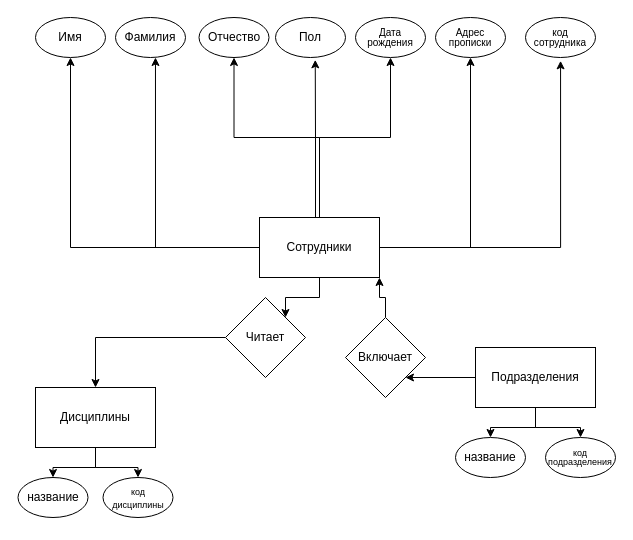
Before: LR1.drawio in di-not/Data-Bases-Laboratory-Works, a draw.io diagram. Source tidied: cells renumbered, new cells numbered last; positions are measured from the earlier drawing's top-left corner, leaving out a move shared by most shapes. Both pictures are drawn from the tidied source at 100%, with x=0, y=0 at pixel (17, 17).
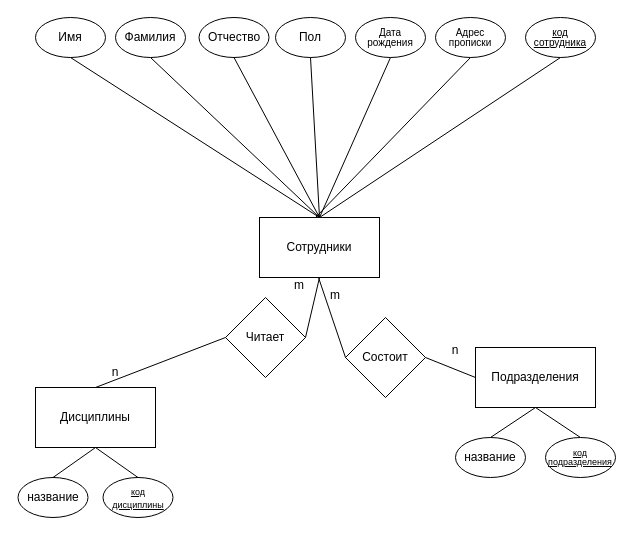
After the change.

The change refers to these unchanged cells:
```xml
<mxCell id="7" value="Сотрудники" style="rounded=0;whiteSpace=wrap;html=1;" parent="1" vertex="1">
  <mxGeometry x="242" y="200" width="120" height="60" as="geometry" />
</mxCell>
<mxCell id="8" value="Имя" style="ellipse;whiteSpace=wrap;html=1;" parent="1" vertex="1">
  <mxGeometry x="18" width="70" height="40" as="geometry" />
</mxCell>
<mxCell id="9" value="Фамилия" style="ellipse;whiteSpace=wrap;html=1;" parent="1" vertex="1">
  <mxGeometry x="98" width="70" height="40" as="geometry" />
</mxCell>
<mxCell id="10" value="Отчество" style="ellipse;whiteSpace=wrap;html=1;" parent="1" vertex="1">
  <mxGeometry x="181.5" width="70" height="40" as="geometry" />
</mxCell>
<mxCell id="11" value="Пол" style="ellipse;whiteSpace=wrap;html=1;" parent="1" vertex="1">
  <mxGeometry x="258" width="70" height="40" as="geometry" />
</mxCell>
<mxCell id="12" value="&lt;p style=&quot;line-height: 100%; font-size: 10px;&quot;&gt;Дата рождения&lt;/p&gt;" style="ellipse;whiteSpace=wrap;html=1;fontSize=10;" parent="1" vertex="1">
  <mxGeometry x="338" width="70" height="40" as="geometry" />
</mxCell>
<mxCell id="13" value="&lt;p style=&quot;line-height: 100%; font-size: 10px;&quot;&gt;Адрес прописки&lt;/p&gt;" style="ellipse;whiteSpace=wrap;html=1;fontSize=10;" parent="1" vertex="1">
  <mxGeometry x="418" width="70" height="40" as="geometry" />
</mxCell>
<mxCell id="17" value="Подразделения" style="rounded=0;whiteSpace=wrap;html=1;" parent="1" vertex="1">
  <mxGeometry x="458" y="330" width="120" height="60" as="geometry" />
</mxCell>
<mxCell id="18" value="название" style="ellipse;whiteSpace=wrap;html=1;" parent="1" vertex="1">
  <mxGeometry x="438" y="420" width="70" height="40" as="geometry" />
</mxCell>
<mxCell id="21" value="Дисциплины" style="rounded=0;whiteSpace=wrap;html=1;" parent="1" vertex="1">
  <mxGeometry x="18" y="370" width="120" height="60" as="geometry" />
</mxCell>
<mxCell id="22" value="название" style="ellipse;whiteSpace=wrap;html=1;" parent="1" vertex="1">
  <mxGeometry x="0.5" y="460" width="70" height="40" as="geometry" />
</mxCell>
<mxCell id="26" value="Читает" style="rhombus;whiteSpace=wrap;html=1;" parent="1" vertex="1">
  <mxGeometry x="208" y="280" width="80" height="80" as="geometry" />
</mxCell>
```

Diff of the diagram source:
```diff
@@
-    <mxCell id="2" style="edgeStyle=orthogonalEdgeStyle;rounded=0;jettySize=auto;html=1;entryX=0.5;entryY=1;entryDx=0;entryDy=0;" parent="1" edge="1" source="7" target="8">
-      <mxGeometry relative="1" as="geometry" />
-    </mxCell>
-    <mxCell id="3" style="edgeStyle=orthogonalEdgeStyle;rounded=0;jettySize=auto;html=1;entryX=0.5;entryY=1;entryDx=0;entryDy=0;" parent="1" edge="1" source="7" target="10">
-      <mxGeometry relative="1" as="geometry" />
-    </mxCell>
-    <mxCell id="4" style="edgeStyle=orthogonalEdgeStyle;rounded=0;jettySize=auto;html=1;entryX=0.5;entryY=1;entryDx=0;entryDy=0;" parent="1" edge="1" source="7" target="12">
-      <mxGeometry relative="1" as="geometry" />
-    </mxCell>
-    <mxCell id="5" style="edgeStyle=orthogonalEdgeStyle;rounded=0;jettySize=auto;html=1;entryX=0.5;entryY=1;entryDx=0;entryDy=0;" parent="1" edge="1" source="7" target="13">
-      <mxGeometry relative="1" as="geometry" />
-    </mxCell>
-    <mxCell id="6" style="edgeStyle=orthogonalEdgeStyle;rounded=0;jettySize=auto;html=1;entryX=1;entryY=0;entryDx=0;entryDy=0;" parent="1" edge="1" source="7" target="26">
-      <mxGeometry relative="1" as="geometry" />
-    </mxCell>
@@
-    <mxCell id="14" style="edgeStyle=orthogonalEdgeStyle;rounded=0;jettySize=auto;html=1;entryX=0.5;entryY=0;entryDx=0;entryDy=0;" parent="1" edge="1" source="17" target="18">
-      <mxGeometry relative="1" as="geometry" />
-    </mxCell>
-    <mxCell id="15" style="edgeStyle=orthogonalEdgeStyle;rounded=0;jettySize=auto;html=1;entryX=1;entryY=1;entryDx=0;entryDy=0;" parent="1" edge="1" source="17" target="28">
-      <mxGeometry relative="1" as="geometry" />
-    </mxCell>
-    <mxCell id="16" style="edgeStyle=orthogonalEdgeStyle;rounded=0;jettySize=auto;html=1;entryX=0.5;entryY=0;entryDx=0;entryDy=0;" parent="1" edge="1" source="17" target="30">
-      <mxGeometry relative="1" as="geometry" />
-    </mxCell>
@@
-    <mxCell id="19" style="edgeStyle=orthogonalEdgeStyle;rounded=0;jettySize=auto;html=1;entryX=0.5;entryY=0;entryDx=0;entryDy=0;" parent="1" edge="1" source="21" target="22">
-      <mxGeometry relative="1" as="geometry" />
-    </mxCell>
-    <mxCell id="20" style="edgeStyle=orthogonalEdgeStyle;rounded=0;jettySize=auto;html=1;" parent="1" edge="1" source="21" target="29">
-      <mxGeometry relative="1" as="geometry" />
-    </mxCell>
@@
-    <mxCell id="23" style="edgeStyle=orthogonalEdgeStyle;rounded=0;jettySize=auto;html=1;entryX=0.571;entryY=1;entryDx=0;entryDy=0;entryPerimeter=0;" parent="1" edge="1" source="7" target="9">
-      <mxGeometry relative="1" as="geometry" />
-    </mxCell>
-    <mxCell id="24" style="edgeStyle=orthogonalEdgeStyle;rounded=0;jettySize=auto;html=1;entryX=0.568;entryY=1.058;entryDx=0;entryDy=0;entryPerimeter=0;" parent="1" edge="1" source="7" target="11">
-      <mxGeometry relative="1" as="geometry">
-        <Array as="points">
-          <mxPoint x="298" y="120" />
-          <mxPoint x="298" y="120" />
-        </Array>
-      </mxGeometry>
-    </mxCell>
-    <mxCell id="25" style="edgeStyle=orthogonalEdgeStyle;rounded=0;jettySize=auto;html=1;" parent="1" edge="1" source="26" target="21">
-      <mxGeometry relative="1" as="geometry" />
-    </mxCell>
@@
-    <mxCell id="27" style="edgeStyle=orthogonalEdgeStyle;rounded=0;jettySize=auto;html=1;entryX=1;entryY=1;entryDx=0;entryDy=0;" parent="1" edge="1" source="28" target="7">
-      <mxGeometry relative="1" as="geometry" />
-    </mxCell>
-    <mxCell id="28" value="Включает" style="rhombus;whiteSpace=wrap;html=1;" parent="1" vertex="1">
+    <mxCell id="28" value="Состоит" style="rhombus;whiteSpace=wrap;html=1;" parent="1" vertex="1">
       <mxGeometry x="328" y="300" width="80" height="80" as="geometry" />
     </mxCell>
-    <mxCell id="29" value="&lt;p style=&quot;line-height: 100%;&quot;&gt;&lt;font style=&quot;font-size: 9px;&quot;&gt;код дисциплины&lt;/font&gt;&lt;/p&gt;" style="ellipse;whiteSpace=wrap;html=1;" parent="1" vertex="1">
+    <mxCell id="29" value="&lt;p style=&quot;line-height: 100%;&quot;&gt;&lt;font style=&quot;font-size: 9px;&quot;&gt;код дисциплины&lt;/font&gt;&lt;/p&gt;" style="ellipse;whiteSpace=wrap;html=1;verticalAlign=middle;fontStyle=4;" parent="1" vertex="1">
       <mxGeometry x="85.5" y="460" width="70" height="40" as="geometry" />
     </mxCell>
-    <mxCell id="30" value="&lt;p style=&quot;line-height: 100%; font-size: 9px;&quot;&gt;код подразделения&lt;/p&gt;" style="ellipse;whiteSpace=wrap;html=1;" parent="1" vertex="1">
+    <mxCell id="30" value="&lt;p style=&quot;line-height: 100%; font-size: 9px;&quot;&gt;код подразделения&lt;/p&gt;" style="ellipse;whiteSpace=wrap;html=1;fontStyle=4;" parent="1" vertex="1">
       <mxGeometry x="528" y="420" width="70" height="40" as="geometry" />
     </mxCell>
-    <mxCell id="31" value="&lt;p style=&quot;line-height: 100%; font-size: 10px;&quot;&gt;код сотрудника&lt;/p&gt;" style="ellipse;whiteSpace=wrap;html=1;fontSize=10;" parent="1" vertex="1">
+    <mxCell id="31" value="&lt;p style=&quot;line-height: 100%; font-size: 10px;&quot;&gt;код сотрудника&lt;/p&gt;" style="ellipse;whiteSpace=wrap;html=1;fontSize=10;fontStyle=4;" parent="1" vertex="1">
       <mxGeometry x="508" width="70" height="40" as="geometry" />
     </mxCell>
-    <mxCell id="32" style="edgeStyle=orthogonalEdgeStyle;rounded=0;jettySize=auto;html=1;entryX=0.501;entryY=1.083;entryDx=0;entryDy=0;entryPerimeter=0;" parent="1" edge="1" source="7" target="31">
+    <mxCell id="32" style="endArrow=none;html=1;rounded=0;exitX=0.5;exitY=0;exitDx=0;exitDy=0;entryX=0.5;entryY=1;entryDx=0;entryDy=0;" parent="1" edge="1" source="7" target="31">
       <mxGeometry relative="1" as="geometry" />
     </mxCell>
+    <mxCell id="33" style="endArrow=none;html=1;rounded=0;entryX=0.5;entryY=1;entryDx=0;entryDy=0;" parent="1" edge="1" target="13">
+      <mxGeometry relative="1" as="geometry">
+        <mxPoint x="298" y="200" as="sourcePoint" />
+      </mxGeometry>
+    </mxCell>
+    <mxCell id="4" style="endArrow=none;html=1;rounded=0;exitX=0.5;exitY=0;exitDx=0;exitDy=0;entryX=0.5;entryY=1;entryDx=0;entryDy=0;" parent="1" edge="1" source="7" target="12">
+      <mxGeometry relative="1" as="geometry" />
+    </mxCell>
+    <mxCell id="24" style="endArrow=none;html=1;rounded=0;exitX=0.5;exitY=0;exitDx=0;exitDy=0;entryX=0.5;entryY=1;entryDx=0;entryDy=0;" parent="1" edge="1" source="7" target="11">
+      <mxGeometry relative="1" as="geometry" />
+    </mxCell>
+    <mxCell id="34" style="endArrow=none;html=1;rounded=0;exitX=0.5;exitY=1;exitDx=0;exitDy=0;entryX=0.5;entryY=0;entryDx=0;entryDy=0;" parent="1" edge="1" source="8" target="7">
+      <mxGeometry relative="1" as="geometry" />
+    </mxCell>
+    <mxCell id="35" style="endArrow=none;html=1;rounded=0;exitX=0.5;exitY=1;exitDx=0;exitDy=0;entryX=0.5;entryY=0;entryDx=0;entryDy=0;" parent="1" edge="1" source="9" target="7">
+      <mxGeometry relative="1" as="geometry" />
+    </mxCell>
+    <mxCell id="36" style="endArrow=none;html=1;rounded=0;exitX=0.5;exitY=1;exitDx=0;exitDy=0;entryX=0.5;entryY=0;entryDx=0;entryDy=0;" parent="1" edge="1" source="10" target="7">
+      <mxGeometry relative="1" as="geometry" />
+    </mxCell>
+    <mxCell id="16" style="endArrow=none;html=1;rounded=0;exitX=0.5;exitY=1;exitDx=0;exitDy=0;entryX=0.5;entryY=0;entryDx=0;entryDy=0;" parent="1" edge="1" source="17" target="30">
+      <mxGeometry relative="1" as="geometry" />
+    </mxCell>
+    <mxCell id="14" style="endArrow=none;html=1;rounded=0;exitX=0.5;exitY=1;exitDx=0;exitDy=0;entryX=0.5;entryY=0;entryDx=0;entryDy=0;" parent="1" edge="1" source="17" target="18">
+      <mxGeometry relative="1" as="geometry" />
+    </mxCell>
+    <mxCell id="19" style="endArrow=none;html=1;rounded=0;exitX=0.5;exitY=1;exitDx=0;exitDy=0;entryX=0.5;entryY=0;entryDx=0;entryDy=0;" parent="1" edge="1" source="21" target="22">
+      <mxGeometry relative="1" as="geometry" />
+    </mxCell>
+    <mxCell id="37" style="endArrow=none;html=1;rounded=0;entryX=0.5;entryY=0;entryDx=0;entryDy=0;" parent="1" edge="1" target="29">
+      <mxGeometry relative="1" as="geometry">
+        <mxPoint x="78" y="430" as="sourcePoint" />
+      </mxGeometry>
+    </mxCell>
+    <mxCell id="25" style="endArrow=none;html=1;rounded=0;exitX=0;exitY=0.5;exitDx=0;exitDy=0;entryX=0.5;entryY=0;entryDx=0;entryDy=0;" parent="1" edge="1" source="26" target="21">
+      <mxGeometry relative="1" as="geometry" />
+    </mxCell>
+    <mxCell id="6" style="endArrow=none;html=1;rounded=0;entryX=1;entryY=0.5;entryDx=0;entryDy=0;exitX=0.5;exitY=1;exitDx=0;exitDy=0;" parent="1" edge="1" source="7" target="26">
+      <mxGeometry relative="1" as="geometry" />
+    </mxCell>
+    <mxCell id="38" style="endArrow=none;html=1;rounded=0;exitX=0;exitY=0.5;exitDx=0;exitDy=0;" parent="1" edge="1" source="28">
+      <mxGeometry relative="1" as="geometry">
+        <mxPoint x="301" y="260" as="targetPoint" />
+      </mxGeometry>
+    </mxCell>
+    <mxCell id="15" style="endArrow=none;html=1;rounded=0;exitX=0;exitY=0.5;exitDx=0;exitDy=0;entryX=1;entryY=0.5;entryDx=0;entryDy=0;" parent="1" edge="1" source="17" target="28">
+      <mxGeometry relative="1" as="geometry" />
+    </mxCell>
+    <mxCell id="39" value="m&lt;div&gt;&lt;br&gt;&lt;/div&gt;" style="text;html=1;align=center;verticalAlign=middle;whiteSpace=wrap;rounded=0;" parent="1" vertex="1">
+      <mxGeometry x="288" y="270" width="60" height="30" as="geometry" />
+    </mxCell>
+    <mxCell id="40" value="m&lt;div&gt;&lt;br&gt;&lt;/div&gt;" style="text;html=1;align=center;verticalAlign=middle;whiteSpace=wrap;rounded=0;" parent="1" vertex="1">
+      <mxGeometry x="251.5" y="260" width="60" height="30" as="geometry" />
+    </mxCell>
+    <mxCell id="41" value="&lt;div&gt;n&lt;/div&gt;&lt;div&gt;&lt;br&gt;&lt;/div&gt;" style="text;html=1;align=center;verticalAlign=middle;whiteSpace=wrap;rounded=0;" parent="1" vertex="1">
+      <mxGeometry x="408" y="325" width="60" height="30" as="geometry" />
+    </mxCell>
+    <mxCell id="42" value="&lt;div&gt;n&lt;/div&gt;" style="text;html=1;align=center;verticalAlign=middle;whiteSpace=wrap;rounded=0;" parent="1" vertex="1">
+      <mxGeometry x="68" y="340" width="60" height="30" as="geometry" />
+    </mxCell>
```
